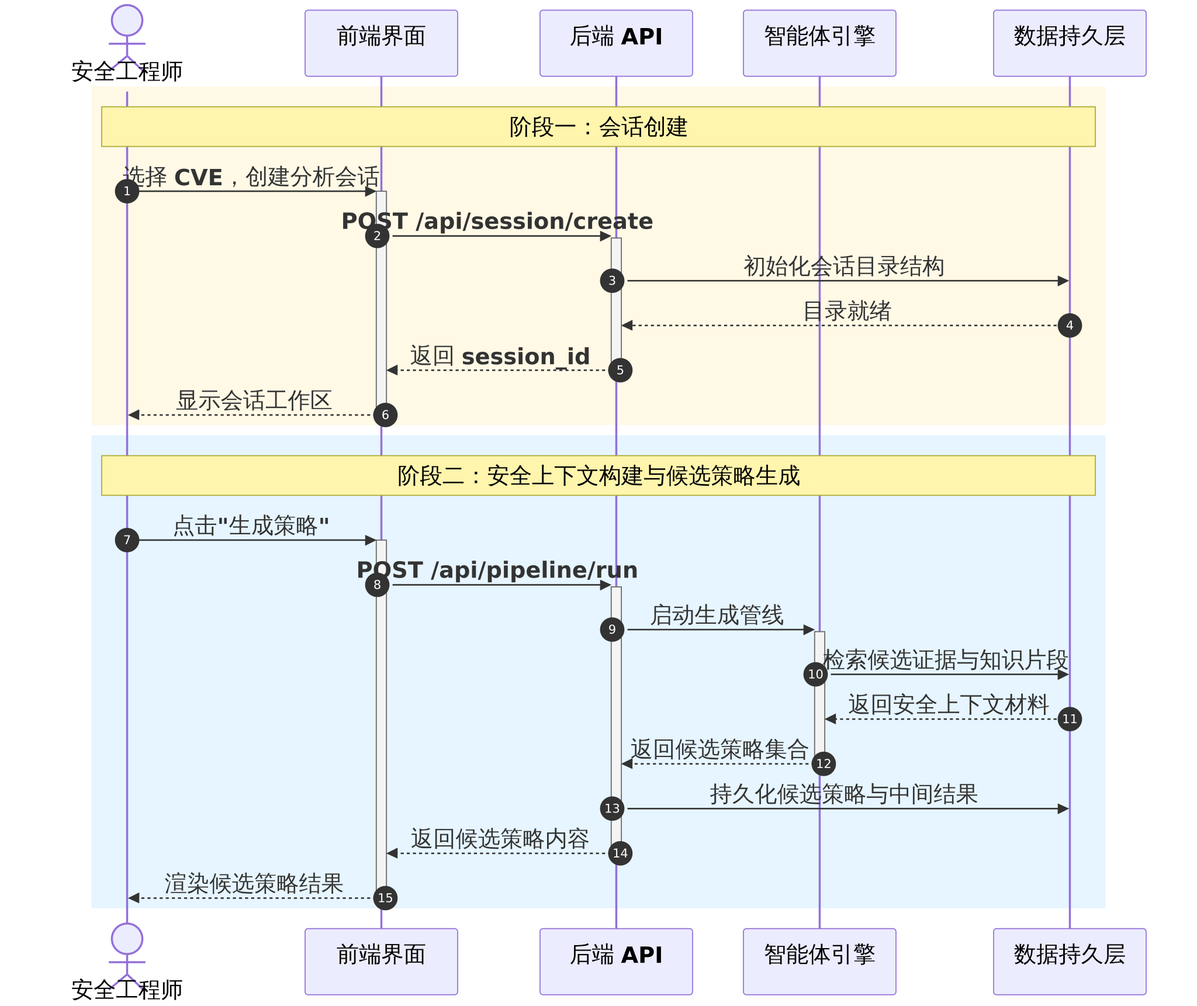
Before: images/chap4/pipeline_sequence_a.png, a diagram exported from Mermaid (Ivanbeethoven/ustb_graduator_paper). Its source is kept beside it as images/chap4/pipeline_sequence_a.mmd.
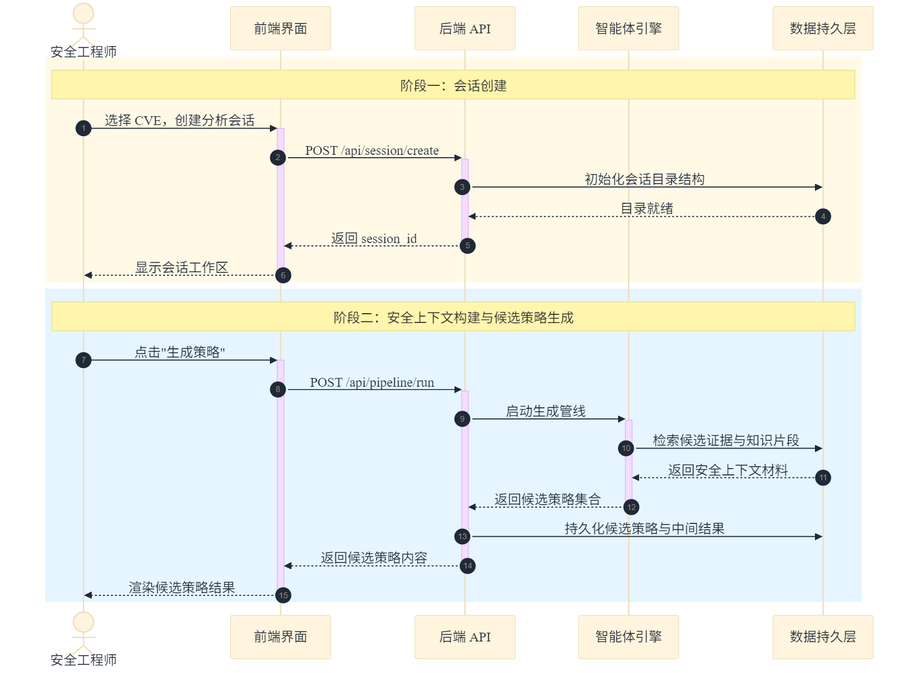
After the commit.

Commit message:
chore: adjust tables and sequence diagrams

Change to the diagram source:
```diff
@@ -1,11 +1,19 @@
 %%{init: {
-  'theme': 'base',
-  'themeCSS': '
-    text { font-size: 32px !important; }
-    .messageText { font-size: 32px !important; }
-    .actor { font-size: 36px !important; }
-    .noteText { font-size: 30px !important; }
-  '
+  "theme": "base",
+  "themeVariables": {
+    "fontFamily": "Microsoft YaHei, PingFang SC, Noto Sans SC, sans-serif",
+    "fontSize": "20px",
+    "lineColor": "#64748b",
+    "primaryTextColor": "#1f2937"
+  },
+  "sequence": {
+    "actorFontSize": 20,
+    "messageFontSize": 20,
+    "noteFontSize": 20,
+    "actorMargin": 95,
+    "messageMargin": 48
+  },
+  "themeCSS": ".messageText { font-size: 20px !important; } .actor { font-size: 20px !important; } .noteText { font-size: 20px !important; } .loopText, .labelText { font-size: 18px !important; }"
 }}%%
 
 sequenceDiagram
```
